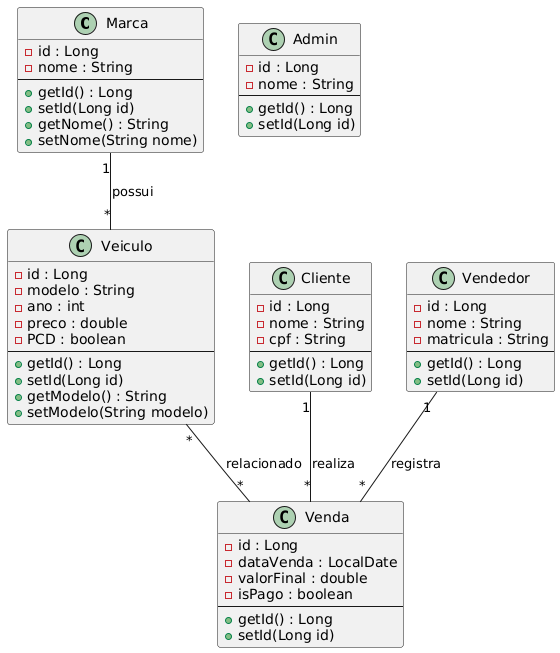
This is PlantUML.png from rafaelcolaco/FinalProject, a PlantUML export, as it was before one commit. The source it was exported from:
```plantuml
@startuml
class Marca {
        - id : Long
        - nome : String
        --
        + getId() : Long
        + setId(Long id)
        + getNome() : String
        + setNome(String nome)
    }

    class Veiculo {
        - id : Long
        - modelo : String
        - ano : int
        - preco : double
        - PCD : boolean
        --
        + getId() : Long
        + setId(Long id)
        + getModelo() : String
        + setModelo(String modelo)
    }

    class Cliente {
        - id : Long
        - nome : String
        - cpf : String
        --
        + getId() : Long
        + setId(Long id)
    }

    class Vendedor {
        - id : Long
        - nome : String
        - matricula : String
        --
        + getId() : Long
        + setId(Long id)
    }

    class Admin {
        - id : Long
        - nome : String
        --
        + getId() : Long
        + setId(Long id)
    }

    class Venda {
        - id : Long
        - dataVenda : LocalDate
        - valorFinal : double
        - isPago : boolean
        --
        + getId() : Long
        + setId(Long id)
    }

    Marca "1" -- "*" Veiculo : possui
    Cliente "1" -- "*" Venda : realiza
    Vendedor "1" -- "*" Venda : registra
    Veiculo "*" -- "*" Venda : relacionado
}
@enduml
```
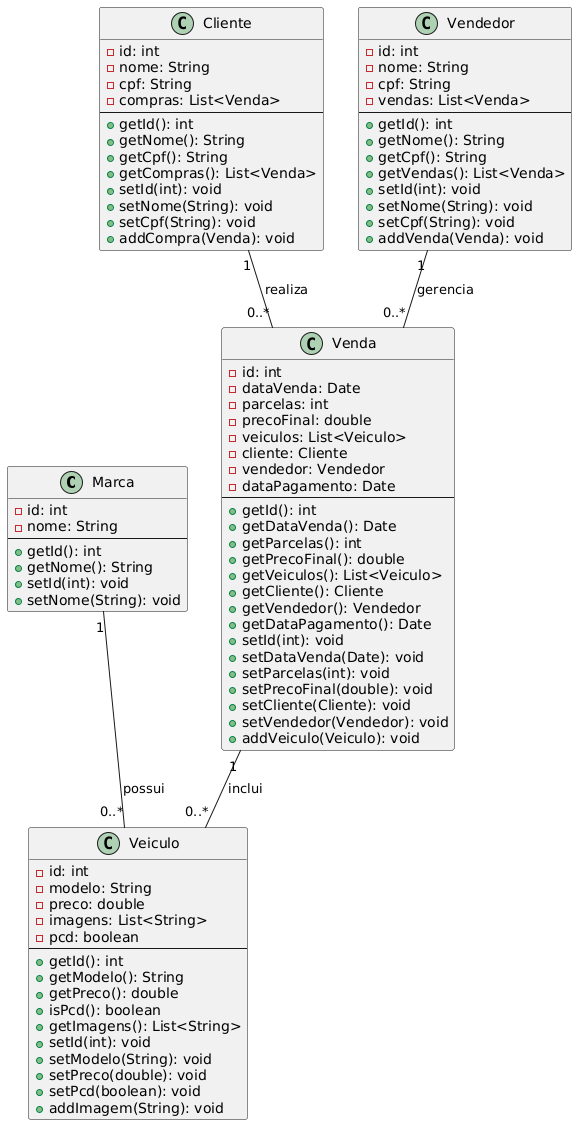
After the commit.

Diff of the diagram source:
```diff
@@ -1,66 +1,94 @@
 @startuml
 class Marca {
-        - id : Long
-        - nome : String
-        --
-        + getId() : Long
-        + setId(Long id)
-        + getNome() : String
-        + setNome(String nome)
-    }
+    - id: int
+    - nome: String
+    --
+    + getId(): int
+    + getNome(): String
+    + setId(int): void
+    + setNome(String): void
+}
 
-    class Veiculo {
-        - id : Long
-        - modelo : String
-        - ano : int
-        - preco : double
-        - PCD : boolean
-        --
-        + getId() : Long
-        + setId(Long id)
-        + getModelo() : String
-        + setModelo(String modelo)
-    }
+class Veiculo {
+    - id: int
+    - modelo: String
+    - preco: double
+    - imagens: List<String>
+    - pcd: boolean
+    --
+    + getId(): int
+    + getModelo(): String
+    + getPreco(): double
+    + isPcd(): boolean
+    + getImagens(): List<String>
+    + setId(int): void
+    + setModelo(String): void
+    + setPreco(double): void
+    + setPcd(boolean): void
+    + addImagem(String): void
+}
 
-    class Cliente {
-        - id : Long
-        - nome : String
-        - cpf : String
-        --
-        + getId() : Long
-        + setId(Long id)
-    }
+class Cliente {
+    - id: int
+    - nome: String
+    - cpf: String
+    - compras: List<Venda>
+    --
+    + getId(): int
+    + getNome(): String
+    + getCpf(): String
+    + getCompras(): List<Venda>
+    + setId(int): void
+    + setNome(String): void
+    + setCpf(String): void
+    + addCompra(Venda): void
+}
 
-    class Vendedor {
-        - id : Long
-        - nome : String
-        - matricula : String
-        --
-        + getId() : Long
-        + setId(Long id)
-    }
+class Vendedor {
+    - id: int
+    - nome: String
+    - cpf: String
+    - vendas: List<Venda>
+    --
+    + getId(): int
+    + getNome(): String
+    + getCpf(): String
+    + getVendas(): List<Venda>
+    + setId(int): void
+    + setNome(String): void
+    + setCpf(String): void
+    + addVenda(Venda): void
+}
 
-    class Admin {
-        - id : Long
-        - nome : String
-        --
-        + getId() : Long
-        + setId(Long id)
-    }
+class Venda {
+    - id: int
+    - dataVenda: Date
+    - parcelas: int
+    - precoFinal: double
+    - veiculos: List<Veiculo>
+    - cliente: Cliente
+    - vendedor: Vendedor
+    - dataPagamento: Date
+    --
+    + getId(): int
+    + getDataVenda(): Date
+    + getParcelas(): int
+    + getPrecoFinal(): double
+    + getVeiculos(): List<Veiculo>
+    + getCliente(): Cliente
+    + getVendedor(): Vendedor
+    + getDataPagamento(): Date
+    + setId(int): void
+    + setDataVenda(Date): void
+    + setParcelas(int): void
+    + setPrecoFinal(double): void
+    + setCliente(Cliente): void
+    + setVendedor(Vendedor): void
+    + addVeiculo(Veiculo): void
+}
 
-    class Venda {
-        - id : Long
-        - dataVenda : LocalDate
-        - valorFinal : double
-        - isPago : boolean
-        --
-        + getId() : Long
-        + setId(Long id)
-    }
-
-    Marca "1" -- "*" Veiculo : possui
-    Cliente "1" -- "*" Venda : realiza
-    Vendedor "1" -- "*" Venda : registra
-    Veiculo "*" -- "*" Venda : relacionado
-}
+Marca "1" -- "0..*" Veiculo : possui
+Cliente "1" -- "0..*" Venda : realiza
+Vendedor "1" -- "0..*" Venda : gerencia
+Venda "1" -- "0..*" Veiculo : inclui
 @enduml
```
